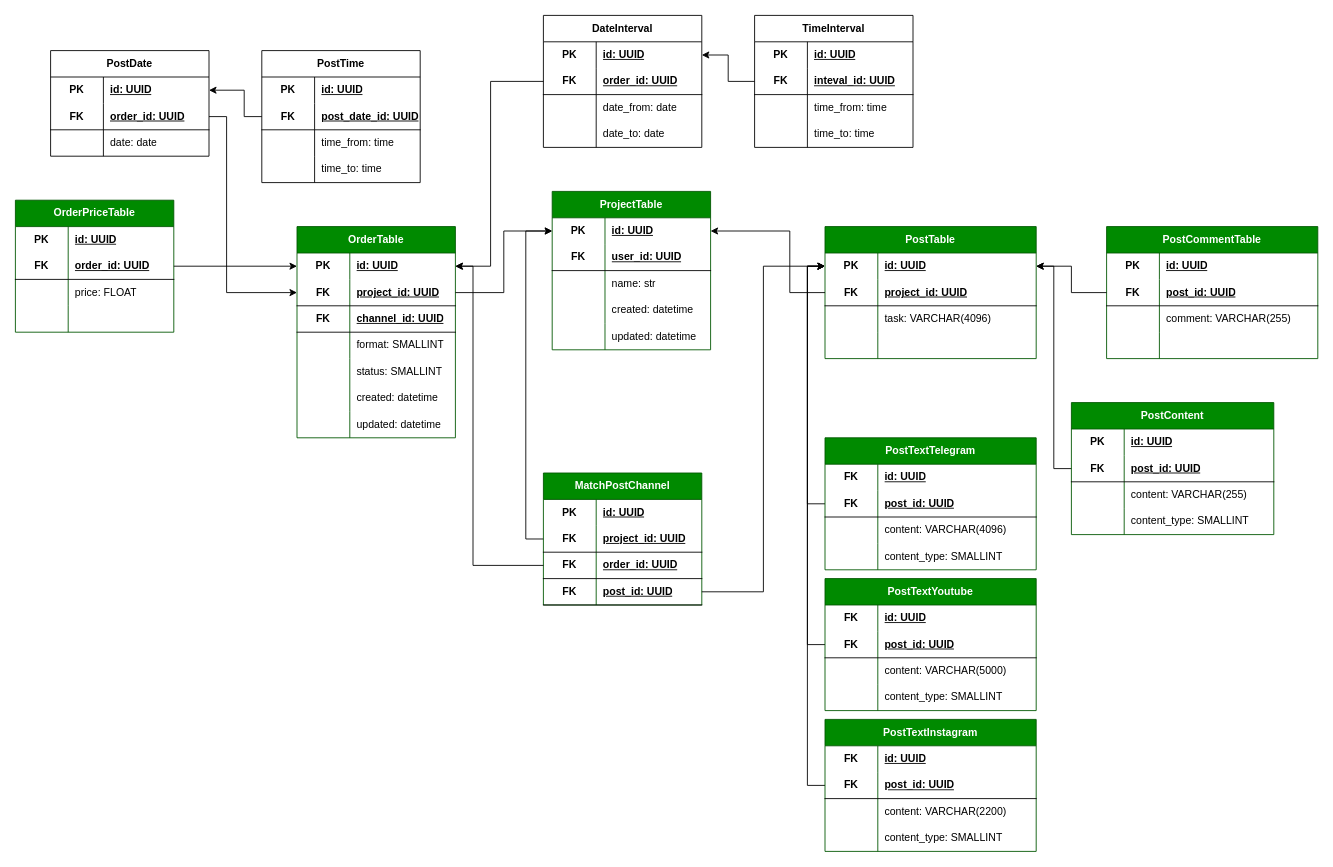
The draw.io diagram page "order flow" (7 of 7) of Advertiser-Blogger.drawio in KmvRoman/Diagrams, before the edit. Source tidied: cells renumbered, new cells numbered last; positions are measured from the earlier drawing's top-left corner, leaving out a move shared by most shapes. Both pictures are drawn from the tidied source at 88%, with x=0, y=0 at pixel (15, 15).
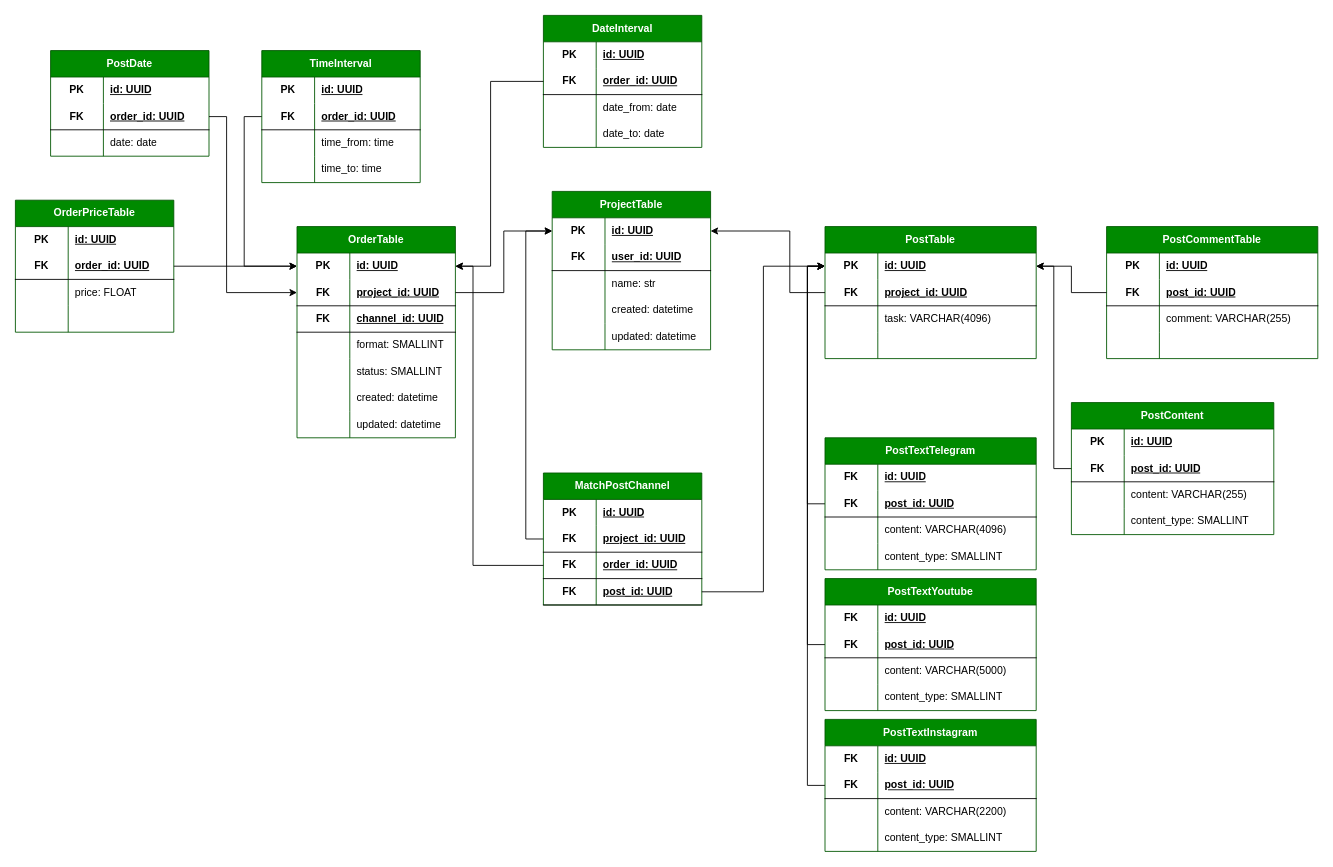
After the change.

The change refers to these unchanged cells:
```xml
<mxCell id="33" style="shape=tableRow;horizontal=0;startSize=0;swimlaneHead=0;swimlaneBody=0;fillColor=none;points=[[0,0.5],[1,0.5]];portConstraint=eastwest;top=0;left=0;right=0;bottom=0;html=1;" parent="32" vertex="1">
  <mxGeometry y="30" width="180" height="30" as="geometry" />
</mxCell>
<mxCell id="114" style="shape=tableRow;horizontal=0;startSize=0;swimlaneHead=0;swimlaneBody=0;fillColor=none;points=[[0,0.5],[1,0.5]];portConstraint=eastwest;top=0;left=0;right=0;bottom=0;html=1;" parent="113" vertex="1">
  <mxGeometry y="30" width="180" height="30" as="geometry" />
</mxCell>
<mxCell id="131" style="shape=tableRow;horizontal=0;startSize=0;swimlaneHead=0;swimlaneBody=0;fillColor=none;points=[[0,0.5],[1,0.5]];portConstraint=eastwest;top=0;left=0;right=0;bottom=1;html=1;" parent="127" vertex="1">
  <mxGeometry y="60" width="180" height="30" as="geometry" />
</mxCell>
<mxCell id="142" style="shape=tableRow;horizontal=0;startSize=0;swimlaneHead=0;swimlaneBody=0;fillColor=none;points=[[0,0.5],[1,0.5]];portConstraint=eastwest;top=0;left=0;right=0;bottom=0;html=1;" parent="141" vertex="1">
  <mxGeometry y="30" width="180" height="30" as="geometry" />
</mxCell>
```

What changed in the source:
```diff
@@
-    <mxCell id="113" value="DateInterval" style="shape=table;startSize=30;childLayout=tableLayout;rowLines=0;fontStyle=1;align=center;html=1;whiteSpace=wrap;" parent="1" vertex="1">
+    <mxCell id="113" value="DateInterval" style="shape=table;startSize=30;childLayout=tableLayout;rowLines=0;fontStyle=1;align=center;html=1;whiteSpace=wrap;fillColor=#008a00;fontColor=#ffffff;strokeColor=#005700;" parent="1" vertex="1">
       <mxGeometry x="600" width="180" height="150" as="geometry" />
     </mxCell>
@@
+    <mxCell id="208" style="edgeStyle=orthogonalEdgeStyle;rounded=0;jettySize=auto;html=1;entryX=0;entryY=0.5;entryDx=0;entryDy=0;exitX=0;exitY=0.5;exitDx=0;exitDy=0;" parent="1" edge="1" source="131" target="33">
+      <mxGeometry relative="1" as="geometry" />
+    </mxCell>
-    <mxCell id="127" value="TimeInterval" style="shape=table;startSize=30;childLayout=tableLayout;rowLines=0;fontStyle=1;align=center;html=1;whiteSpace=wrap;" parent="1" vertex="1">
-      <mxGeometry x="840" width="180" height="150" as="geometry" />
+    <mxCell id="127" value="TimeInterval" style="shape=table;startSize=30;childLayout=tableLayout;rowLines=0;fontStyle=1;align=center;html=1;whiteSpace=wrap;fillColor=#008a00;fontColor=#ffffff;strokeColor=#005700;" parent="1" vertex="1">
+      <mxGeometry x="280" y="40" width="180" height="150" as="geometry" />
     </mxCell>
@@
-    <mxCell id="133" value="inteval_id: UUID" style="shape=partialRectangle;fillColor=none;top=0;left=0;bottom=0;right=0;align=left;spacingLeft=6;fontStyle=5;overflow=hidden;html=1;whiteSpace=wrap;" parent="131" vertex="1">
+    <mxCell id="133" value="order_id: UUID" style="shape=partialRectangle;fillColor=none;top=0;left=0;bottom=0;right=0;align=left;spacingLeft=6;fontStyle=5;overflow=hidden;html=1;whiteSpace=wrap;" parent="131" vertex="1">
       <mxGeometry x="60" width="120" height="30" as="geometry" />
     </mxCell>
@@
-    <mxCell id="140" style="edgeStyle=orthogonalEdgeStyle;rounded=0;jettySize=auto;html=1;entryX=1;entryY=0.5;entryDx=0;entryDy=0;exitX=0;exitY=0.5;exitDx=0;exitDy=0;" parent="1" edge="1" source="131" target="114">
-      <mxGeometry relative="1" as="geometry" />
-    </mxCell>
-    <mxCell id="141" value="PostDate" style="shape=table;startSize=30;childLayout=tableLayout;rowLines=0;fontStyle=1;align=center;html=1;whiteSpace=wrap;" parent="1" vertex="1">
+    <mxCell id="141" value="PostDate" style="shape=table;startSize=30;childLayout=tableLayout;rowLines=0;fontStyle=1;align=center;html=1;whiteSpace=wrap;fillColor=#008a00;fontColor=#ffffff;strokeColor=#005700;" parent="1" vertex="1">
       <mxGeometry x="40" y="40" width="180" height="120" as="geometry" />
     </mxCell>
@@
-    <mxCell id="151" style="edgeStyle=orthogonalEdgeStyle;rounded=0;jettySize=auto;html=1;entryX=1;entryY=0.5;entryDx=0;entryDy=0;exitX=0;exitY=0.5;exitDx=0;exitDy=0;" parent="1" edge="1" source="156" target="142">
-      <mxGeometry relative="1" as="geometry">
-        <Array as="points">
-          <mxPoint x="260" y="115" />
-          <mxPoint x="260" y="85" />
-        </Array>
-      </mxGeometry>
-    </mxCell>
-    <mxCell id="152" value="PostTime" style="shape=table;startSize=30;childLayout=tableLayout;rowLines=0;fontStyle=1;align=center;html=1;whiteSpace=wrap;" parent="1" vertex="1">
-      <mxGeometry x="280" y="40" width="180" height="150" as="geometry" />
-    </mxCell>
-    <mxCell id="153" style="shape=tableRow;horizontal=0;startSize=0;swimlaneHead=0;swimlaneBody=0;fillColor=none;top=0;left=0;right=0;bottom=0;html=1;" parent="152" vertex="1">
-      <mxGeometry y="30" width="180" height="30" as="geometry" />
-    </mxCell>
-    <mxCell id="154" value="PK" style="shape=partialRectangle;fillColor=none;top=0;left=0;bottom=0;right=0;fontStyle=1;overflow=hidden;html=1;whiteSpace=wrap;" parent="153" vertex="1">
-      <mxGeometry width="60" height="30" as="geometry" />
-    </mxCell>
-    <mxCell id="155" value="id: UUID" style="shape=partialRectangle;fillColor=none;top=0;left=0;bottom=0;right=0;align=left;spacingLeft=6;fontStyle=5;overflow=hidden;html=1;whiteSpace=wrap;" parent="153" vertex="1">
-      <mxGeometry x="60" width="120" height="30" as="geometry" />
-    </mxCell>
-    <mxCell id="156" style="shape=tableRow;horizontal=0;startSize=0;swimlaneHead=0;swimlaneBody=0;fillColor=none;points=[[0,0.5],[1,0.5]];portConstraint=eastwest;top=0;left=0;right=0;bottom=1;html=1;" parent="152" vertex="1">
-      <mxGeometry y="60" width="180" height="30" as="geometry" />
-    </mxCell>
-    <mxCell id="157" value="FK" style="shape=partialRectangle;fillColor=none;top=0;left=0;bottom=0;right=0;fontStyle=1;overflow=hidden;html=1;whiteSpace=wrap;" parent="156" vertex="1">
-      <mxGeometry width="60" height="30" as="geometry" />
-    </mxCell>
-    <mxCell id="158" value="post_date_id: UUID" style="shape=partialRectangle;fillColor=none;top=0;left=0;bottom=0;right=0;align=left;spacingLeft=6;fontStyle=5;overflow=hidden;html=1;whiteSpace=wrap;" parent="156" vertex="1">
-      <mxGeometry x="60" width="120" height="30" as="geometry" />
-    </mxCell>
-    <mxCell id="159" style="shape=tableRow;horizontal=0;startSize=0;swimlaneHead=0;swimlaneBody=0;fillColor=none;top=0;left=0;right=0;bottom=0;html=1;" parent="152" vertex="1">
-      <mxGeometry y="90" width="180" height="30" as="geometry" />
-    </mxCell>
-    <mxCell id="160" style="shape=partialRectangle;fillColor=none;top=0;left=0;bottom=0;right=0;overflow=hidden;html=1;whiteSpace=wrap;" parent="159" vertex="1">
-      <mxGeometry width="60" height="30" as="geometry" />
-    </mxCell>
-    <mxCell id="161" value="time_from: time" style="shape=partialRectangle;fillColor=none;top=0;left=0;bottom=0;right=0;align=left;spacingLeft=6;overflow=hidden;html=1;whiteSpace=wrap;" parent="159" vertex="1">
-      <mxGeometry x="60" width="120" height="30" as="geometry" />
-    </mxCell>
-    <mxCell id="162" style="shape=tableRow;horizontal=0;startSize=0;swimlaneHead=0;swimlaneBody=0;fillColor=none;top=0;left=0;right=0;bottom=0;html=1;" parent="152" vertex="1">
-      <mxGeometry y="120" width="180" height="30" as="geometry" />
-    </mxCell>
-    <mxCell id="163" style="shape=partialRectangle;fillColor=none;top=0;left=0;bottom=0;right=0;overflow=hidden;html=1;whiteSpace=wrap;" parent="162" vertex="1">
-      <mxGeometry width="60" height="30" as="geometry" />
-    </mxCell>
-    <mxCell id="164" value="time_to: time" style="shape=partialRectangle;fillColor=none;top=0;left=0;bottom=0;right=0;align=left;spacingLeft=6;overflow=hidden;html=1;whiteSpace=wrap;" parent="162" vertex="1">
-      <mxGeometry x="60" width="120" height="30" as="geometry" />
-    </mxCell>
```
